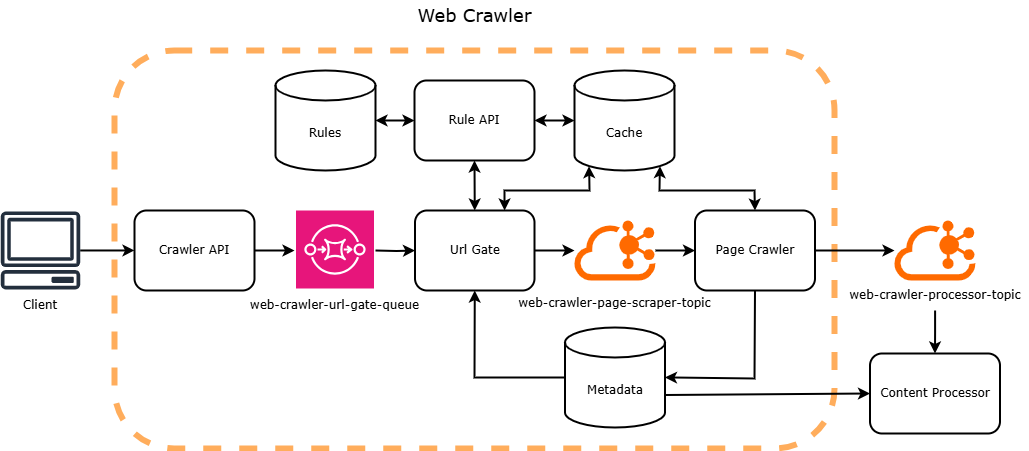
IliaW/url-gate keeps this draw.io diagram as docs/scheme.png. Above is the earlier version. Source tidied: cells renumbered, new cells last; positions are measured from the earlier drawing's top-left corner, leaving out a move shared by most shapes. The source it was exported from:
```xml
<mxGraphModel>
  <root>
    <mxCell id="0" />
    <mxCell id="1" parent="0" />
    <mxCell id="2" style="rounded=1;whiteSpace=wrap;html=1;fillColor=none;dashed=1;strokeWidth=6;strokeColor=#FF9933;perimeterSpacing=0;opacity=80;glass=0;shadow=0;fontFamily=Verdana;" parent="1" vertex="1">
      <mxGeometry x="114" y="50" width="720" height="398" as="geometry" />
    </mxCell>
    <mxCell id="3" style="edgeStyle=orthogonalEdgeStyle;rounded=0;jettySize=auto;html=1;strokeWidth=2;fontFamily=Verdana;" parent="1" edge="1" source="4" target="10">
      <mxGeometry relative="1" as="geometry" />
    </mxCell>
    <mxCell id="4" value="&lt;font style=&quot;&quot;&gt;Url Gate&lt;/font&gt;" style="rounded=1;whiteSpace=wrap;html=1;strokeWidth=2;fontFamily=Verdana;" parent="1" vertex="1">
      <mxGeometry x="414.5" y="210" width="119.5" height="80" as="geometry" />
    </mxCell>
    <mxCell id="5" value="&lt;font style=&quot;font-size: 18px;&quot;&gt;Web Crawler&lt;/font&gt;" style="text;html=1;align=center;verticalAlign=middle;whiteSpace=wrap;rounded=0;fontFamily=Verdana;" parent="1" vertex="1">
      <mxGeometry x="387.5" width="173" height="30" as="geometry" />
    </mxCell>
    <mxCell id="6" value="&lt;font&gt;Rule API&lt;/font&gt;" style="rounded=1;whiteSpace=wrap;html=1;strokeWidth=2;fontFamily=Verdana;" parent="1" vertex="1">
      <mxGeometry x="414" y="80" width="120" height="80" as="geometry" />
    </mxCell>
    <mxCell id="7" value="&lt;font&gt;Page Crawler&lt;/font&gt;" style="rounded=1;whiteSpace=wrap;html=1;strokeWidth=2;fontFamily=Verdana;" parent="1" vertex="1">
      <mxGeometry x="694.5" y="210" width="120" height="80" as="geometry" />
    </mxCell>
    <mxCell id="8" value="&lt;font&gt;Cache&lt;/font&gt;" style="shape=cylinder3;whiteSpace=wrap;html=1;boundedLbl=1;backgroundOutline=1;size=15;strokeWidth=2;fontFamily=Verdana;" parent="1" vertex="1">
      <mxGeometry x="574" y="70" width="100" height="100" as="geometry" />
    </mxCell>
    <mxCell id="9" style="edgeStyle=orthogonalEdgeStyle;rounded=0;jettySize=auto;html=1;strokeWidth=2;fontFamily=Verdana;" parent="1" edge="1" source="10" target="7">
      <mxGeometry relative="1" as="geometry" />
    </mxCell>
    <mxCell id="10" style="points=[];html=1;align=center;shadow=0;dashed=0;fillColor=#FF6A00;strokeColor=none;shape=mxgraph.alibaba_cloud.kafka;fontFamily=Verdana;" parent="1" vertex="1">
      <mxGeometry x="574" y="220" width="81" height="60" as="geometry" />
    </mxCell>
    <mxCell id="11" style="edgeStyle=orthogonalEdgeStyle;rounded=0;jettySize=auto;html=1;strokeWidth=2;fontFamily=Verdana;" parent="1" edge="1" source="12">
      <mxGeometry relative="1" as="geometry">
        <mxPoint x="294" y="250" as="targetPoint" />
      </mxGeometry>
    </mxCell>
    <mxCell id="12" value="&lt;font&gt;Crawler API&lt;/font&gt;" style="rounded=1;whiteSpace=wrap;html=1;strokeWidth=2;fontFamily=Verdana;" parent="1" vertex="1">
      <mxGeometry x="134" y="210" width="120" height="80" as="geometry" />
    </mxCell>
    <mxCell id="13" value="&lt;font face=&quot;Verdana&quot;&gt;Metadata&lt;/font&gt;" style="shape=cylinder3;whiteSpace=wrap;html=1;boundedLbl=1;backgroundOutline=1;size=15;strokeWidth=2;fontFamily=Verdana;" parent="1" vertex="1">
      <mxGeometry x="564.5" y="327" width="100" height="100" as="geometry" />
    </mxCell>
    <mxCell id="14" style="edgeStyle=orthogonalEdgeStyle;rounded=0;jettySize=auto;html=1;strokeWidth=2;fontFamily=Verdana;" parent="1" edge="1" target="4">
      <mxGeometry relative="1" as="geometry">
        <mxPoint x="375" y="250" as="sourcePoint" />
      </mxGeometry>
    </mxCell>
    <mxCell id="15" style="endArrow=classic;startArrow=classic;html=1;rounded=0;exitX=0.5;exitY=0;exitDx=0;exitDy=0;entryX=0.5;entryY=1;entryDx=0;entryDy=0;strokeWidth=2;fontFamily=Verdana;" parent="1" edge="1" source="4" target="6">
      <mxGeometry relative="1" as="geometry" />
    </mxCell>
    <mxCell id="16" style="endArrow=classic;startArrow=classic;html=1;rounded=0;exitX=1;exitY=0.5;exitDx=0;exitDy=0;entryX=0;entryY=0.5;entryDx=0;entryDy=0;entryPerimeter=0;strokeWidth=2;fontFamily=Verdana;" parent="1" edge="1" source="6" target="8">
      <mxGeometry relative="1" as="geometry" />
    </mxCell>
    <mxCell id="17" style="endArrow=classic;startArrow=classic;html=1;rounded=0;exitX=0.75;exitY=0;exitDx=0;exitDy=0;entryX=0.145;entryY=1;entryDx=0;entryDy=-4.35;entryPerimeter=0;strokeWidth=2;fontFamily=Verdana;" parent="1" edge="1" source="4" target="8">
      <mxGeometry relative="1" as="geometry">
        <Array as="points">
          <mxPoint x="504" y="190" />
          <mxPoint x="589" y="190" />
        </Array>
      </mxGeometry>
    </mxCell>
    <mxCell id="18" style="endArrow=classic;startArrow=classic;html=1;rounded=0;entryX=0.855;entryY=1;entryDx=0;entryDy=-4.35;entryPerimeter=0;exitX=0.5;exitY=0;exitDx=0;exitDy=0;strokeWidth=2;fontFamily=Verdana;" parent="1" edge="1" source="7" target="8">
      <mxGeometry relative="1" as="geometry">
        <Array as="points">
          <mxPoint x="754" y="190" />
          <mxPoint x="659" y="190" />
        </Array>
      </mxGeometry>
    </mxCell>
    <mxCell id="19" style="endArrow=classic;html=1;rounded=0;exitX=0;exitY=0.5;exitDx=0;exitDy=0;exitPerimeter=0;entryX=0.5;entryY=1;entryDx=0;entryDy=0;strokeWidth=2;fontFamily=Verdana;" parent="1" edge="1" source="13" target="4">
      <mxGeometry relative="1" as="geometry">
        <Array as="points">
          <mxPoint x="474" y="377" />
        </Array>
      </mxGeometry>
    </mxCell>
    <mxCell id="20" style="endArrow=classic;html=1;rounded=0;exitX=0.5;exitY=1;exitDx=0;exitDy=0;entryX=1;entryY=0.5;entryDx=0;entryDy=0;entryPerimeter=0;strokeWidth=2;fontFamily=Verdana;" parent="1" edge="1" source="7" target="13">
      <mxGeometry relative="1" as="geometry">
        <Array as="points">
          <mxPoint x="754" y="378" />
        </Array>
      </mxGeometry>
    </mxCell>
    <mxCell id="21" value="&lt;font&gt;web-crawler-url-gate-queue&lt;/font&gt;" style="text;html=1;align=center;verticalAlign=middle;whiteSpace=wrap;rounded=0;fontFamily=Verdana;" parent="1" vertex="1">
      <mxGeometry x="243.2" y="290" width="182.5" height="30" as="geometry" />
    </mxCell>
    <mxCell id="22" value="&lt;font&gt;web-crawler-page-scraper-topic&lt;/font&gt;" style="text;html=1;align=center;verticalAlign=middle;whiteSpace=wrap;rounded=0;fontFamily=Verdana;" parent="1" vertex="1">
      <mxGeometry x="513.9" y="288" width="201.2" height="30" as="geometry" />
    </mxCell>
    <mxCell id="23" style="points=[];html=1;align=center;shadow=0;dashed=0;fillColor=#FF6A00;strokeColor=none;shape=mxgraph.alibaba_cloud.kafka;fontFamily=Verdana;" parent="1" vertex="1">
      <mxGeometry x="894" y="220" width="81" height="60" as="geometry" />
    </mxCell>
    <mxCell id="24" style="edgeStyle=orthogonalEdgeStyle;rounded=0;jettySize=auto;html=1;strokeWidth=2;fontFamily=Verdana;" parent="1" edge="1" source="25" target="28">
      <mxGeometry relative="1" as="geometry" />
    </mxCell>
    <mxCell id="25" value="&lt;font&gt;web-crawler-processor-topic&lt;/font&gt;" style="text;html=1;align=center;verticalAlign=middle;whiteSpace=wrap;rounded=0;fontFamily=Verdana;" parent="1" vertex="1">
      <mxGeometry x="840.8" y="280" width="187.5" height="30" as="geometry" />
    </mxCell>
    <mxCell id="26" style="endArrow=classic;html=1;rounded=0;exitX=1;exitY=0.5;exitDx=0;exitDy=0;strokeWidth=2;fontFamily=Verdana;" parent="1" edge="1" source="7" target="23">
      <mxGeometry relative="1" as="geometry" />
    </mxCell>
    <mxCell id="27" value="&lt;font&gt;Rules&lt;/font&gt;" style="shape=cylinder3;whiteSpace=wrap;html=1;boundedLbl=1;backgroundOutline=1;size=15;strokeWidth=2;fontFamily=Verdana;" parent="1" vertex="1">
      <mxGeometry x="275" y="70" width="100" height="100" as="geometry" />
    </mxCell>
    <mxCell id="28" value="&lt;font&gt;Content Processor&lt;/font&gt;" style="rounded=1;whiteSpace=wrap;html=1;strokeWidth=2;fontFamily=Verdana;" parent="1" vertex="1">
      <mxGeometry x="869.5" y="353" width="130" height="80" as="geometry" />
    </mxCell>
    <mxCell id="29" style="endArrow=classic;html=1;rounded=0;entryX=0;entryY=0.5;entryDx=0;entryDy=0;strokeWidth=2;fontFamily=Verdana;exitX=1;exitY=0;exitDx=0;exitDy=67.5;exitPerimeter=0;" parent="1" edge="1" source="13" target="28">
      <mxGeometry relative="1" as="geometry" />
    </mxCell>
    <mxCell id="30" style="edgeStyle=orthogonalEdgeStyle;rounded=0;jettySize=auto;html=1;strokeWidth=2;fontFamily=Verdana;" parent="1" edge="1" source="31" target="12">
      <mxGeometry relative="1" as="geometry" />
    </mxCell>
    <mxCell id="31" style="sketch=0;outlineConnect=0;fontColor=#232F3E;gradientColor=none;fillColor=#232F3D;strokeColor=none;dashed=0;verticalLabelPosition=bottom;verticalAlign=top;align=center;html=1;fontSize=12;fontStyle=0;shape=mxgraph.aws4.client;" parent="1" vertex="1">
      <mxGeometry y="211" width="80" height="78" as="geometry" />
    </mxCell>
    <mxCell id="32" value="Client" style="text;html=1;align=center;verticalAlign=middle;whiteSpace=wrap;rounded=0;fontFamily=Verdana;" parent="1" vertex="1">
      <mxGeometry x="10" y="290" width="60" height="30" as="geometry" />
    </mxCell>
    <mxCell id="33" style="endArrow=classic;startArrow=classic;html=1;rounded=0;entryX=0;entryY=0.5;entryDx=0;entryDy=0;exitX=1;exitY=0.5;exitDx=0;exitDy=0;exitPerimeter=0;strokeWidth=2;fontFamily=Verdana;" parent="1" edge="1" source="27" target="6">
      <mxGeometry relative="1" as="geometry" />
    </mxCell>
    <mxCell id="34" style="sketch=0;points=[[0,0,0],[0.25,0,0],[0.5,0,0],[0.75,0,0],[1,0,0],[0,1,0],[0.25,1,0],[0.5,1,0],[0.75,1,0],[1,1,0],[0,0.25,0],[0,0.5,0],[0,0.75,0],[1,0.25,0],[1,0.5,0],[1,0.75,0]];outlineConnect=0;fontColor=#232F3E;fillColor=#E7157B;strokeColor=#ffffff;dashed=0;verticalLabelPosition=bottom;verticalAlign=top;align=center;html=1;fontSize=12;fontStyle=0;shape=mxgraph.aws4.resourceIcon;resIcon=mxgraph.aws4.sqs;" parent="1" vertex="1">
      <mxGeometry x="295.5" y="210" width="78" height="78" as="geometry" />
    </mxCell>
  </root>
</mxGraphModel>
```
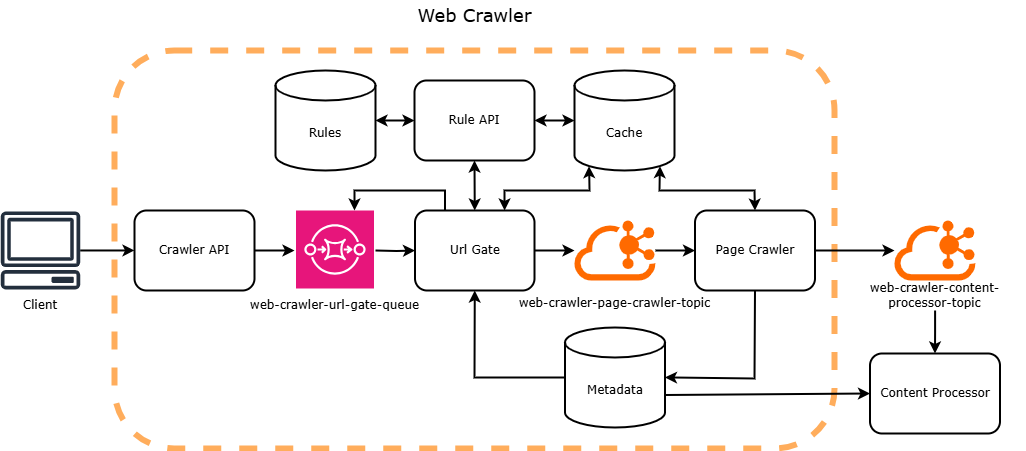
The same diagram one commit later.

Change to the diagram source:
```diff
@@ -84,7 +84,7 @@
     <mxCell id="21" value="&lt;font&gt;web-crawler-url-gate-queue&lt;/font&gt;" style="text;html=1;align=center;verticalAlign=middle;whiteSpace=wrap;rounded=0;fontFamily=Verdana;" parent="1" vertex="1">
       <mxGeometry x="243.2" y="290" width="182.5" height="30" as="geometry" />
     </mxCell>
-    <mxCell id="22" value="&lt;font&gt;web-crawler-page-scraper-topic&lt;/font&gt;" style="text;html=1;align=center;verticalAlign=middle;whiteSpace=wrap;rounded=0;fontFamily=Verdana;" parent="1" vertex="1">
+    <mxCell id="22" value="&lt;font&gt;web-crawler-page-crawler-topic&lt;/font&gt;" style="text;html=1;align=center;verticalAlign=middle;whiteSpace=wrap;rounded=0;fontFamily=Verdana;" parent="1" vertex="1">
       <mxGeometry x="513.9" y="288" width="201.2" height="30" as="geometry" />
     </mxCell>
     <mxCell id="23" style="points=[];html=1;align=center;shadow=0;dashed=0;fillColor=#FF6A00;strokeColor=none;shape=mxgraph.alibaba_cloud.kafka;fontFamily=Verdana;" parent="1" vertex="1">
@@ -93,8 +93,8 @@
     <mxCell id="24" style="edgeStyle=orthogonalEdgeStyle;rounded=0;jettySize=auto;html=1;strokeWidth=2;fontFamily=Verdana;" parent="1" edge="1" source="25" target="28">
       <mxGeometry relative="1" as="geometry" />
     </mxCell>
-    <mxCell id="25" value="&lt;font&gt;web-crawler-processor-topic&lt;/font&gt;" style="text;html=1;align=center;verticalAlign=middle;whiteSpace=wrap;rounded=0;fontFamily=Verdana;" parent="1" vertex="1">
-      <mxGeometry x="840.8" y="280" width="187.5" height="30" as="geometry" />
+    <mxCell id="25" value="&lt;font&gt;web-crawler-content-processor-topic&lt;/font&gt;" style="text;html=1;align=center;verticalAlign=middle;whiteSpace=wrap;rounded=0;fontFamily=Verdana;" parent="1" vertex="1">
+      <mxGeometry x="843.9" y="280" width="181.2" height="30" as="geometry" />
     </mxCell>
     <mxCell id="26" style="endArrow=classic;html=1;rounded=0;exitX=1;exitY=0.5;exitDx=0;exitDy=0;strokeWidth=2;fontFamily=Verdana;" parent="1" edge="1" source="7" target="23">
       <mxGeometry relative="1" as="geometry" />
@@ -123,5 +123,8 @@
     <mxCell id="34" style="sketch=0;points=[[0,0,0],[0.25,0,0],[0.5,0,0],[0.75,0,0],[1,0,0],[0,1,0],[0.25,1,0],[0.5,1,0],[0.75,1,0],[1,1,0],[0,0.25,0],[0,0.5,0],[0,0.75,0],[1,0.25,0],[1,0.5,0],[1,0.75,0]];outlineConnect=0;fontColor=#232F3E;fillColor=#E7157B;strokeColor=#ffffff;dashed=0;verticalLabelPosition=bottom;verticalAlign=top;align=center;html=1;fontSize=12;fontStyle=0;shape=mxgraph.aws4.resourceIcon;resIcon=mxgraph.aws4.sqs;" parent="1" vertex="1">
       <mxGeometry x="295.5" y="210" width="78" height="78" as="geometry" />
     </mxCell>
+    <mxCell id="35" style="edgeStyle=orthogonalEdgeStyle;rounded=0;jettySize=auto;html=1;strokeWidth=2;fontFamily=Verdana;exitX=0.25;exitY=0;exitDx=0;exitDy=0;entryX=0.75;entryY=0;entryDx=0;entryDy=0;entryPerimeter=0;" parent="1" edge="1" source="4" target="34">
+      <mxGeometry relative="1" as="geometry" />
+    </mxCell>
   </root>
 </mxGraphModel>
```
